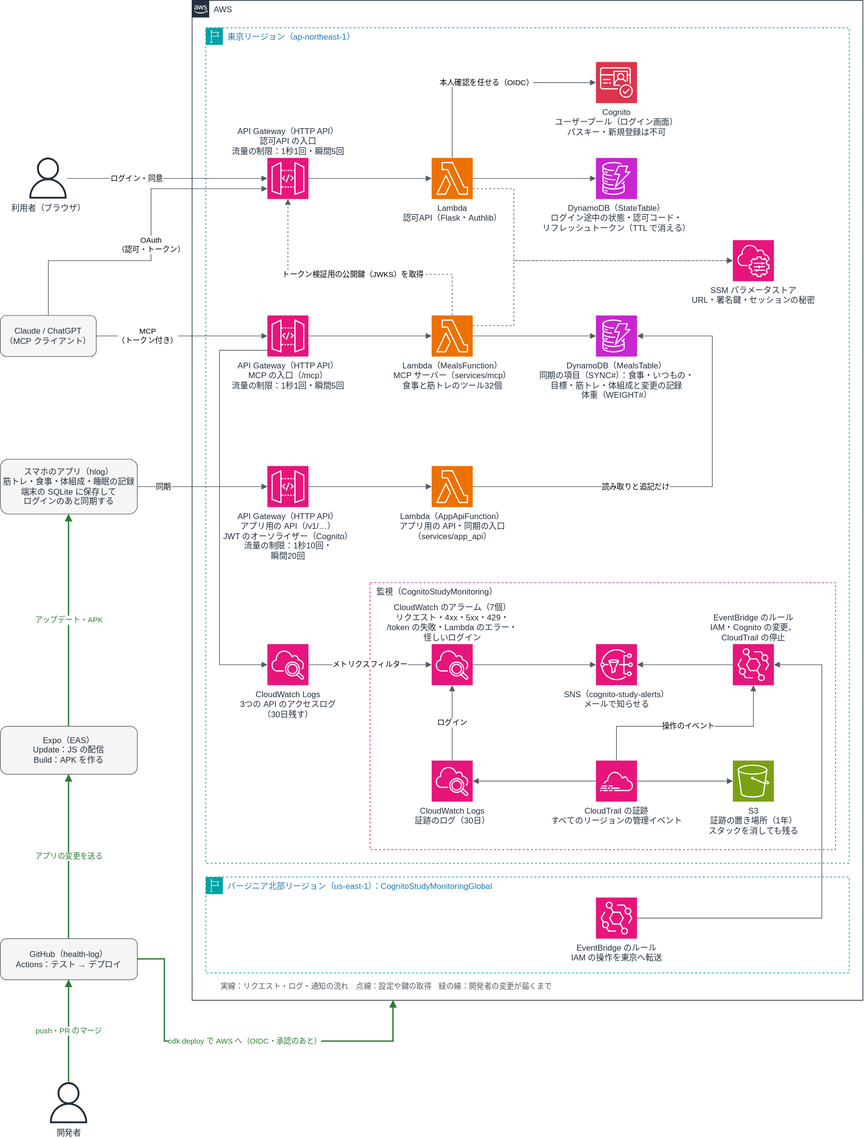
Above: docs/architecture.drawio.svg in ykitaza/health-log (draw.io), before the change. Source tidied: cells renumbered, new cells last; positions are measured from the earlier drawing's top-left corner, leaving out a move shared by most shapes.
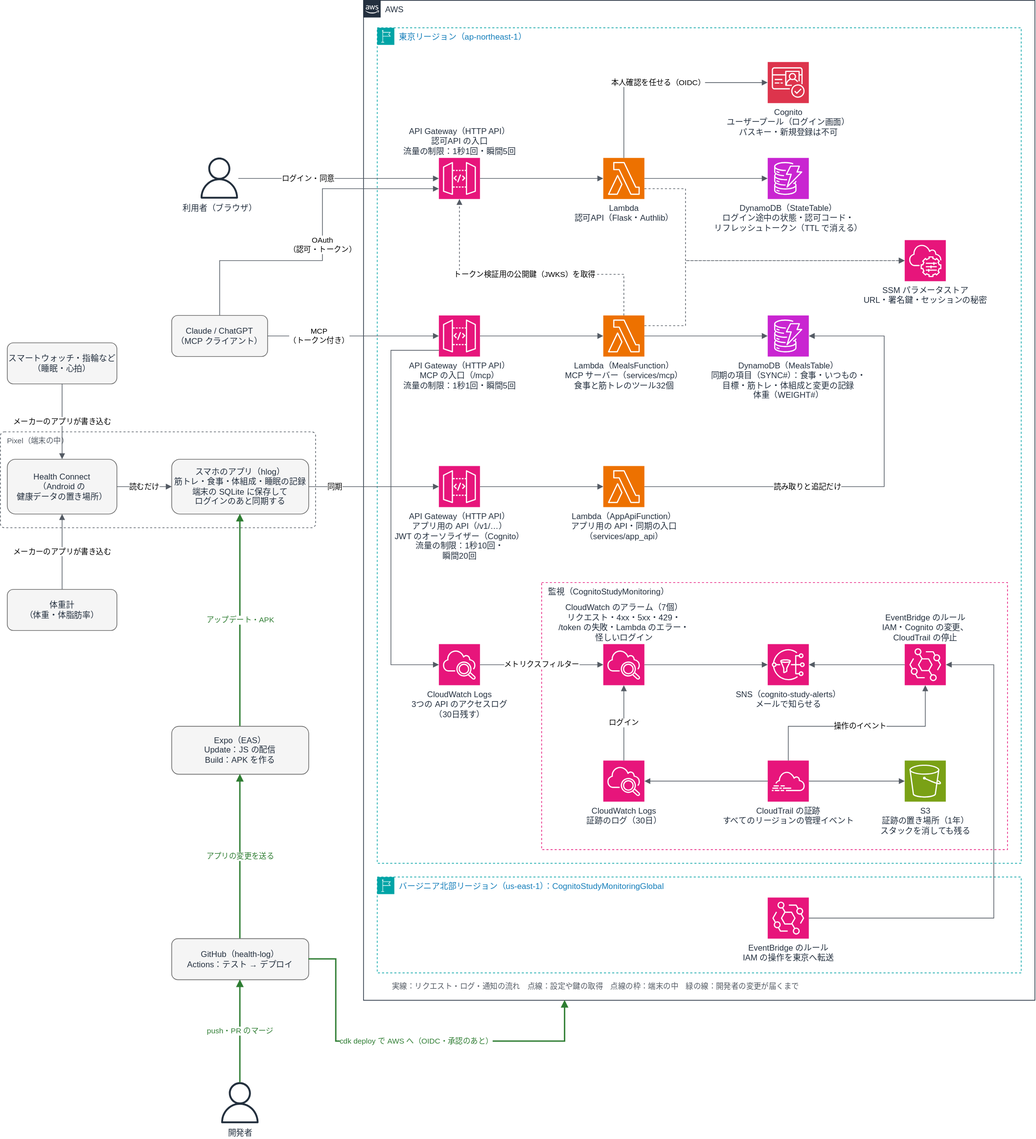
After the commit.

Commit message:
docs: 構成図に Health Connect と、スマートウォッチ・体重計からの流れを足す

Change to the diagram source:
```diff
@@ -2,6 +2,9 @@
   <root>
     <mxCell id="0" />
     <mxCell id="1" parent="0" />
+    <mxCell id="58" value="Pixel（端末の中）" style="rounded=1;arcSize=4;whiteSpace=wrap;html=1;fillColor=none;strokeColor=#545B64;dashed=1;fontColor=#545B64;fontSize=11;verticalAlign=top;align=left;spacingLeft=8;" parent="1" vertex="1">
+      <mxGeometry x="-250" y="630" width="460" height="140" as="geometry" />
+    </mxCell>
     <mxCell id="2" value="利用者（ブラウザ）" style="sketch=0;outlineConnect=0;fontColor=#232F3E;gradientColor=none;fillColor=#232F3D;strokeColor=none;dashed=0;verticalLabelPosition=bottom;verticalAlign=top;align=center;html=1;fontSize=12;fontStyle=0;shape=mxgraph.aws4.user;" parent="1" vertex="1">
       <mxGeometry x="40" y="230" width="60" height="60" as="geometry" />
     </mxCell>
@@ -191,7 +194,7 @@
         </Array>
       </mxGeometry>
     </mxCell>
-    <mxCell id="50" value="実線：リクエスト・ログ・通知の流れ　点線：設定や鍵の取得　緑の線：開発者の変更が届くまで" style="text;html=1;align=left;verticalAlign=middle;fontSize=11;fontColor=#545B64;" parent="1" vertex="1">
+    <mxCell id="50" value="実線：リクエスト・ログ・通知の流れ　点線：設定や鍵の取得　点線の枠：端末の中　緑の線：開発者の変更が届くまで" style="text;html=1;align=left;verticalAlign=middle;fontSize=11;fontColor=#545B64;" parent="1" vertex="1">
       <mxGeometry x="320" y="1430" width="640" height="20" as="geometry" />
     </mxCell>
     <mxCell id="51" value="開発者" style="sketch=0;outlineConnect=0;fontColor=#232F3E;gradientColor=none;fillColor=#232F3D;strokeColor=none;dashed=0;verticalLabelPosition=bottom;verticalAlign=top;align=center;html=1;fontSize=12;fontStyle=0;shape=mxgraph.aws4.user;" parent="1" vertex="1">
@@ -221,5 +224,23 @@
     <mxCell id="57" value="アップデート・APK" style="edgeStyle=orthogonalEdgeStyle;rounded=0;html=1;endArrow=block;endFill=1;strokeColor=#2E7D32;strokeWidth=2;fontColor=#2E7D32;fontSize=11;labelBackgroundColor=#FFFFFF;" parent="1" edge="1" source="53" target="30">
       <mxGeometry relative="1" as="geometry" />
     </mxCell>
+    <mxCell id="59" value="Health Connect&lt;br&gt;（Android の&lt;br&gt;健康データの置き場所）" style="rounded=1;whiteSpace=wrap;html=1;fillColor=#F5F5F5;strokeColor=#666666;fontColor=#232F3E;fontSize=12;" parent="1" vertex="1">
+      <mxGeometry x="-240" y="670" width="160" height="80" as="geometry" />
+    </mxCell>
+    <mxCell id="60" value="スマートウォッチ・指輪など&lt;br&gt;（睡眠・心拍）" style="rounded=1;whiteSpace=wrap;html=1;fillColor=#F5F5F5;strokeColor=#666666;fontColor=#232F3E;fontSize=12;" parent="1" vertex="1">
+      <mxGeometry x="-240" y="500" width="160" height="60" as="geometry" />
+    </mxCell>
+    <mxCell id="61" value="体重計&lt;br&gt;（体重・体脂肪率）" style="rounded=1;whiteSpace=wrap;html=1;fillColor=#F5F5F5;strokeColor=#666666;fontColor=#232F3E;fontSize=12;" parent="1" vertex="1">
+      <mxGeometry x="-240" y="860" width="160" height="60" as="geometry" />
+    </mxCell>
+    <mxCell id="62" value="メーカーのアプリが書き込む" style="edgeStyle=orthogonalEdgeStyle;rounded=0;html=1;endArrow=block;endFill=1;strokeColor=#545B64;fontSize=11;labelBackgroundColor=#FFFFFF;" parent="1" edge="1" source="60" target="59">
+      <mxGeometry relative="1" as="geometry" />
+    </mxCell>
+    <mxCell id="63" value="メーカーのアプリが書き込む" style="edgeStyle=orthogonalEdgeStyle;rounded=0;html=1;endArrow=block;endFill=1;strokeColor=#545B64;fontSize=11;labelBackgroundColor=#FFFFFF;" parent="1" edge="1" source="61" target="59">
+      <mxGeometry relative="1" as="geometry" />
+    </mxCell>
+    <mxCell id="64" value="読むだけ" style="edgeStyle=orthogonalEdgeStyle;rounded=0;html=1;endArrow=block;endFill=1;strokeColor=#545B64;fontSize=11;labelBackgroundColor=#FFFFFF;" parent="1" edge="1" source="59" target="30">
+      <mxGeometry relative="1" as="geometry" />
+    </mxCell>
   </root>
 </mxGraphModel>
```
